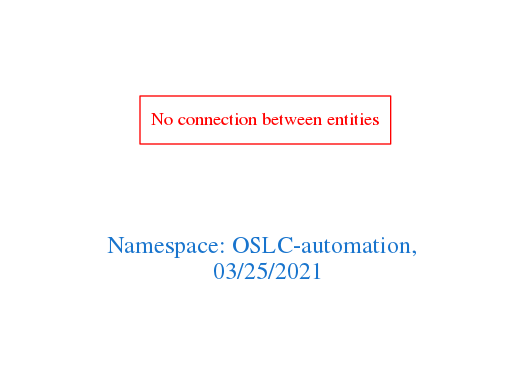
Before: downloads/OSLC-automation.png, a diagram exported from Graphviz (arago/OGIT). Its source is kept beside it as downloads/OSLC-automation.dot.
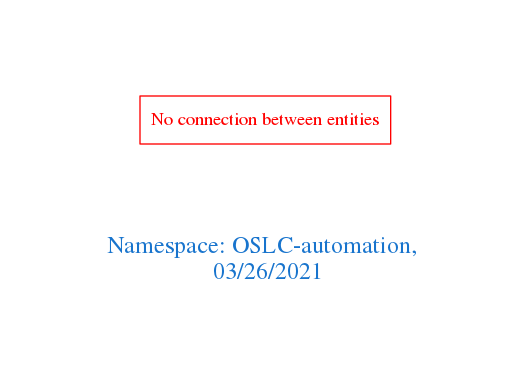
The same file after the commit.

What changed in the source:
```diff
@@ -1,7 +1,7 @@
 digraph OGIT_ontology {
  graph [ rankdir= LR,pad=1
 fontsize = 18,
-fontcolor= dodgerblue3,label = "\n\n\nNamespace: OSLC-automation, \n 03/25/2021"];
+fontcolor= dodgerblue3,label = "\n\n\nNamespace: OSLC-automation, \n 03/26/2021"];
 node[shape=polygon];
 edge [  color="gray81"];
 
```
